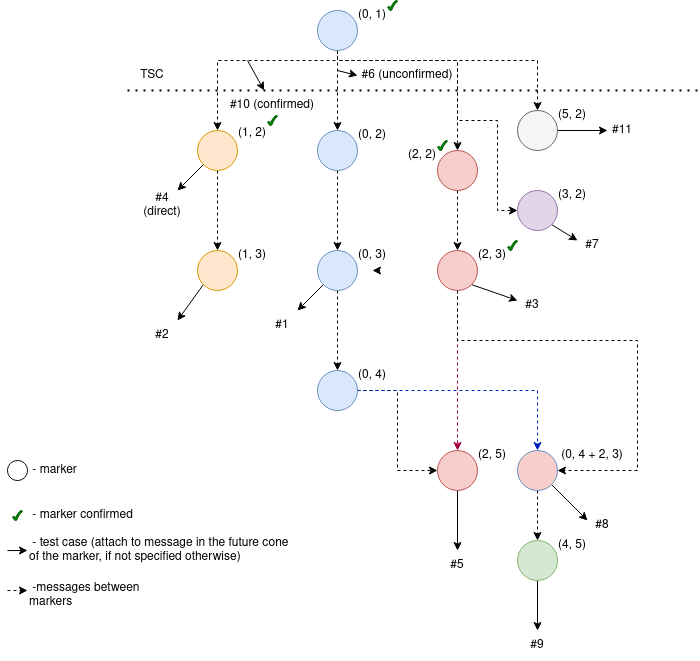
The draw.io diagram packages/tangle/images/TSC_test_scenario.drawio.png in iotaledger/goshimmer, before a commit. Source tidied: cells renumbered, new cells last; positions are measured from the earlier drawing's top-left corner, leaving out a move shared by most shapes.
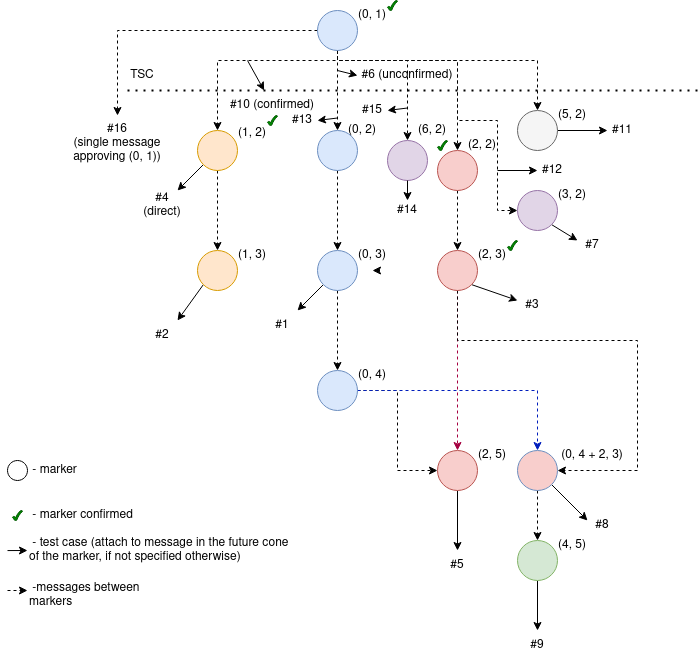
After the change.

Commit message:
Update TSC to compare tangle time with time of confirmed message.

The edit, as a diff of the source:
```diff
@@ -51,6 +51,21 @@
         <mxPoint x="240" y="60" as="sourcePoint" />
       </mxGeometry>
     </mxCell>
+    <mxCell id="79" style="edgeStyle=orthogonalEdgeStyle;rounded=0;jettySize=auto;html=1;dashed=1;entryX=0.5;entryY=0;entryDx=0;entryDy=0;" parent="1" edge="1" source="9" target="83">
+      <mxGeometry relative="1" as="geometry">
+        <Array as="points">
+          <mxPoint x="330" y="60" />
+          <mxPoint x="400" y="60" />
+        </Array>
+      </mxGeometry>
+    </mxCell>
+    <mxCell id="80" style="edgeStyle=orthogonalEdgeStyle;rounded=0;jettySize=auto;html=1;dashed=1;entryX=0.5;entryY=0;entryDx=0;entryDy=0;" parent="1" edge="1" source="9" target="91">
+      <mxGeometry relative="1" as="geometry">
+        <Array as="points">
+          <mxPoint x="110" y="30" />
+        </Array>
+      </mxGeometry>
+    </mxCell>
     <mxCell id="9" style="ellipse;whiteSpace=wrap;html=1;fillColor=#dae8fc;strokeColor=#6c8ebf;" parent="1" vertex="1">
       <mxGeometry x="310" y="10" width="40" height="40" as="geometry" />
     </mxCell>
@@ -184,7 +199,7 @@
       <mxGeometry x="230" y="240" width="30" height="30" as="geometry" />
     </mxCell>
     <mxCell id="44" value="(0, 2) " style="text;html=1;strokeColor=none;fillColor=none;align=center;verticalAlign=middle;whiteSpace=wrap;rounded=0;" parent="1" vertex="1">
-      <mxGeometry x="350" y="120" width="30" height="30" as="geometry" />
+      <mxGeometry x="340" y="115" width="30" height="30" as="geometry" />
     </mxCell>
     <mxCell id="45" value="&lt;div&gt;(0, 3) &lt;/div&gt;" style="text;html=1;strokeColor=none;fillColor=none;align=center;verticalAlign=middle;whiteSpace=wrap;rounded=0;" parent="1" vertex="1">
       <mxGeometry x="350" y="240" width="30" height="30" as="geometry" />
@@ -193,7 +208,7 @@
       <mxGeometry x="470" y="240" width="30" height="30" as="geometry" />
     </mxCell>
     <mxCell id="47" value="(2, 2) " style="text;html=1;strokeColor=none;fillColor=none;align=center;verticalAlign=middle;whiteSpace=wrap;rounded=0;" parent="1" vertex="1">
-      <mxGeometry x="400" y="140" width="30" height="30" as="geometry" />
+      <mxGeometry x="460" y="130" width="30" height="30" as="geometry" />
     </mxCell>
     <mxCell id="48" value="(3, 2) " style="text;html=1;strokeColor=none;fillColor=none;align=center;verticalAlign=middle;whiteSpace=wrap;rounded=0;" parent="1" vertex="1">
       <mxGeometry x="550" y="180" width="30" height="30" as="geometry" />
@@ -214,7 +229,7 @@
       <mxGeometry x="350" y="360" width="30" height="30" as="geometry" />
     </mxCell>
     <mxCell id="54" value="TSC" style="text;html=1;strokeColor=none;fillColor=none;align=center;verticalAlign=middle;whiteSpace=wrap;rounded=0;" parent="1" vertex="1">
-      <mxGeometry x="130" y="60" width="30" height="30" as="geometry" />
+      <mxGeometry x="120" y="60" width="30" height="30" as="geometry" />
     </mxCell>
     <mxCell id="55" style="verticalLabelPosition=bottom;verticalAlign=top;html=1;shape=mxgraph.basic.tick;strokeColor=#005700;fillColor=#008a00;fontColor=#ffffff;" parent="1" vertex="1">
       <mxGeometry x="260" y="115" width="10" height="10" as="geometry" />
@@ -294,5 +309,45 @@
     <mxCell id="78" value="&lt;div&gt;&amp;nbsp;-messages between&amp;nbsp; markers&lt;br&gt;&lt;/div&gt;" style="text;html=1;strokeColor=none;fillColor=none;align=left;verticalAlign=middle;whiteSpace=wrap;rounded=0;" parent="1" vertex="1">
       <mxGeometry x="20" y="570" width="120" height="50" as="geometry" />
     </mxCell>
+    <mxCell id="81" style="edgeStyle=none;rounded=0;orthogonalLoop=1;jettySize=auto;html=1;" parent="1" edge="1">
+      <mxGeometry relative="1" as="geometry">
+        <mxPoint x="490" y="170" as="sourcePoint" />
+        <mxPoint x="530" y="170" as="targetPoint" />
+      </mxGeometry>
+    </mxCell>
+    <mxCell id="82" value="&lt;div&gt;#12&lt;/div&gt;" style="text;html=1;strokeColor=none;fillColor=none;align=center;verticalAlign=middle;whiteSpace=wrap;rounded=0;" parent="1" vertex="1">
+      <mxGeometry x="530" y="155" width="30" height="30" as="geometry" />
+    </mxCell>
+    <mxCell id="83" style="ellipse;whiteSpace=wrap;html=1;fillColor=#e1d5e7;strokeColor=#9673a6;" parent="1" vertex="1">
+      <mxGeometry x="380" y="140" width="40" height="40" as="geometry" />
+    </mxCell>
+    <mxCell id="84" value="&lt;div&gt;(6, 2) &lt;/div&gt;" style="text;html=1;strokeColor=none;fillColor=none;align=center;verticalAlign=middle;whiteSpace=wrap;rounded=0;" parent="1" vertex="1">
+      <mxGeometry x="410" y="115" width="30" height="30" as="geometry" />
+    </mxCell>
+    <mxCell id="85" style="edgeStyle=none;rounded=0;jettySize=auto;html=1;exitX=0.5;exitY=1;exitDx=0;exitDy=0;entryX=0.5;entryY=0;entryDx=0;entryDy=0;" parent="1" edge="1" source="83" target="86">
+      <mxGeometry relative="1" as="geometry" />
+    </mxCell>
+    <mxCell id="86" value="&lt;div&gt;#14&lt;/div&gt;" style="text;html=1;strokeColor=none;fillColor=none;align=center;verticalAlign=middle;whiteSpace=wrap;rounded=0;" parent="1" vertex="1">
+      <mxGeometry x="385" y="200" width="30" height="20" as="geometry" />
+    </mxCell>
+    <mxCell id="87" style="edgeStyle=none;rounded=0;jettySize=auto;html=1;entryX=1;entryY=0.5;entryDx=0;entryDy=0;" parent="1" edge="1" target="88">
+      <mxGeometry relative="1" as="geometry">
+        <mxPoint x="400" y="107.5" as="sourcePoint" />
+      </mxGeometry>
+    </mxCell>
+    <mxCell id="88" value="&lt;div&gt;#15&lt;/div&gt;" style="text;html=1;strokeColor=none;fillColor=none;align=center;verticalAlign=middle;whiteSpace=wrap;rounded=0;" parent="1" vertex="1">
+      <mxGeometry x="350" y="95" width="30" height="30" as="geometry" />
+    </mxCell>
+    <mxCell id="89" style="edgeStyle=none;rounded=0;jettySize=auto;html=1;entryX=1;entryY=0.5;entryDx=0;entryDy=0;" parent="1" edge="1" target="90">
+      <mxGeometry relative="1" as="geometry">
+        <mxPoint x="330" y="117.5" as="sourcePoint" />
+      </mxGeometry>
+    </mxCell>
+    <mxCell id="90" value="&lt;div&gt;#13&lt;/div&gt;" style="text;html=1;strokeColor=none;fillColor=none;align=center;verticalAlign=middle;whiteSpace=wrap;rounded=0;" parent="1" vertex="1">
+      <mxGeometry x="280" y="105" width="30" height="30" as="geometry" />
+    </mxCell>
+    <mxCell id="91" value="&lt;div&gt;#16&lt;br&gt;&lt;/div&gt;&lt;div&gt;(single message approving (0, 1))&lt;br&gt;&lt;/div&gt;" style="text;html=1;strokeColor=none;fillColor=none;align=center;verticalAlign=middle;whiteSpace=wrap;rounded=0;" parent="1" vertex="1">
+      <mxGeometry x="50" y="115" width="120" height="55" as="geometry" />
+    </mxCell>
   </root>
 </mxGraphModel>
```
